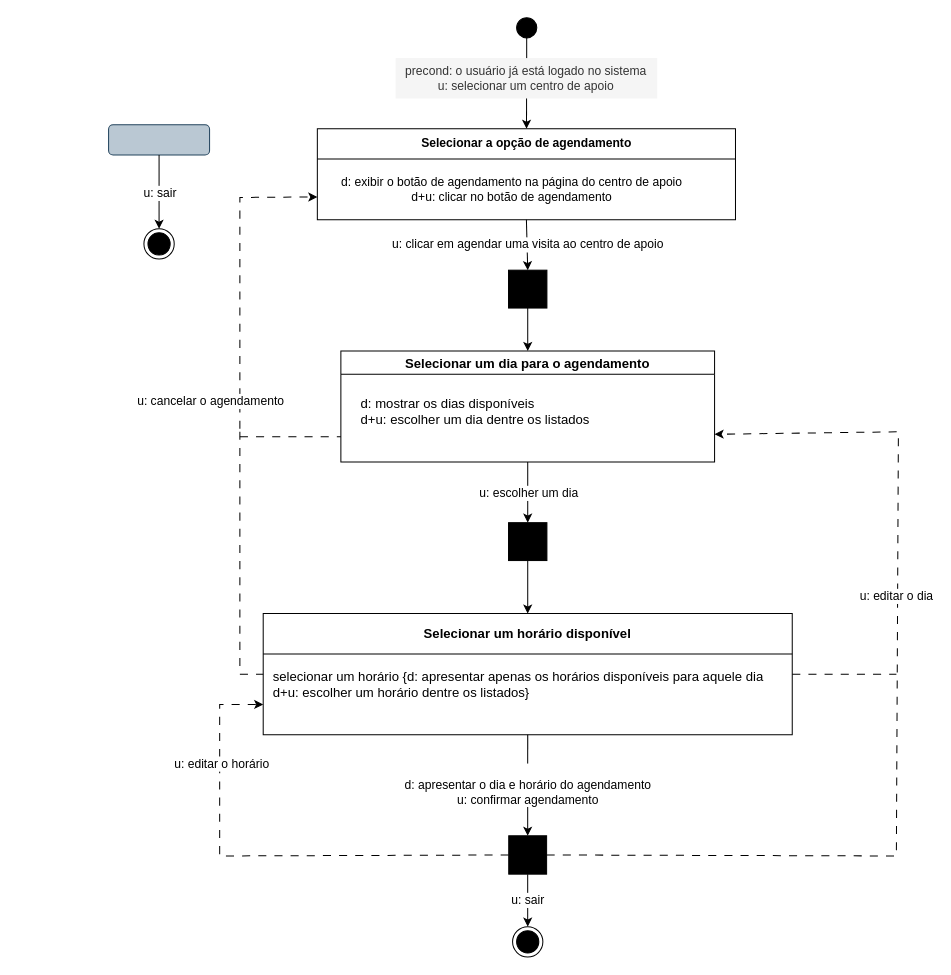
The draw.io diagram tp ihc - modelagem de interação agendamento.drawio in manuelamfo/TP-IHC-2024-2, before the edit. Source tidied: cells renumbered, new cells numbered last; positions are measured from the earlier drawing's top-left corner, leaving out a move shared by most shapes. Both pictures are drawn from the tidied source at 101%, with x=0, y=0 at pixel (108, 17).
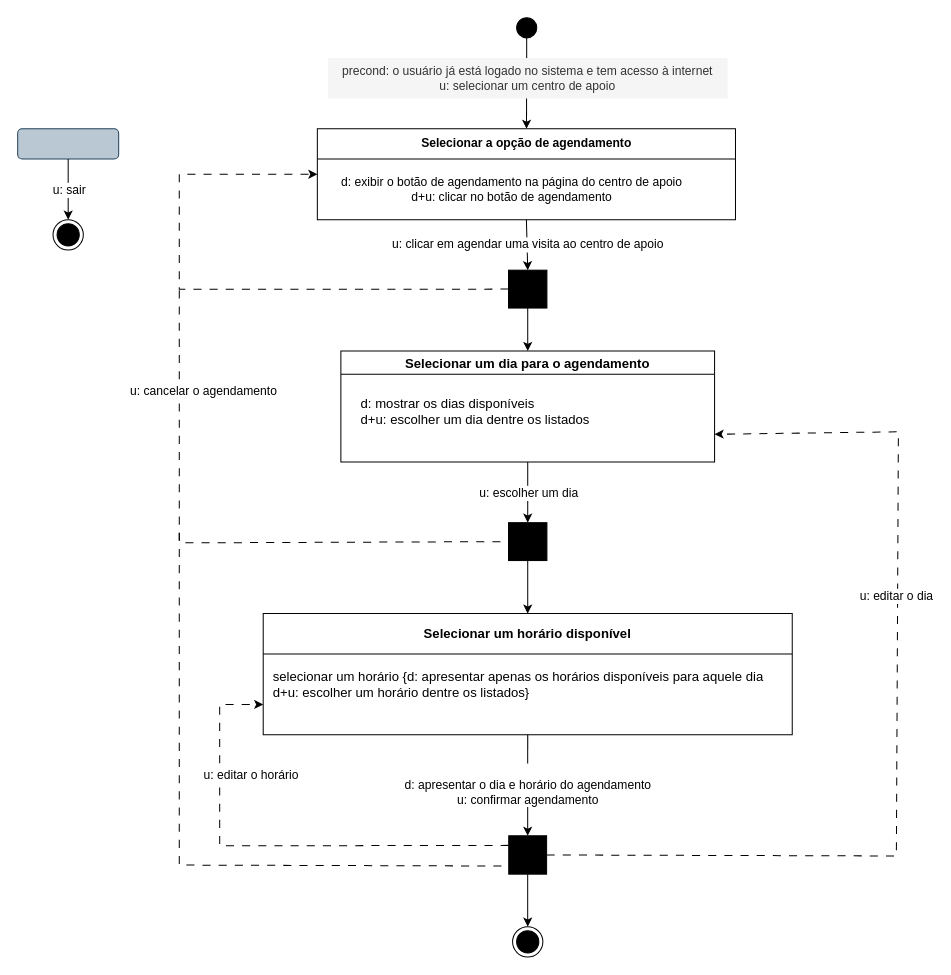
After the change.

Unchanged cells that the change refers to:
```xml
<mxCell id="6" style="whiteSpace=wrap;html=1;fontStyle=1;startSize=23;fillColor=#000000;" parent="1" vertex="1">
  <mxGeometry x="396" y="500" width="38" height="37.5" as="geometry" />
</mxCell>
<mxCell id="7" value="&lt;font style=&quot;font-size: 13px;&quot;&gt;Selecionar um horário disponível&lt;/font&gt;" style="swimlane;whiteSpace=wrap;html=1;startSize=40;" parent="1" vertex="1">
  <mxGeometry x="153.1" y="590" width="523.8" height="120" as="geometry" />
</mxCell>
<mxCell id="11" style="whiteSpace=wrap;html=1;fontStyle=1;startSize=23;fillColor=#000000;direction=south;" parent="1" vertex="1">
  <mxGeometry x="396.2" y="810" width="37.5" height="38" as="geometry" />
</mxCell>
<mxCell id="20" style="endArrow=classic;html=1;rounded=0;exitX=1;exitY=0.5;exitDx=0;exitDy=0;entryX=0.5;entryY=0;entryDx=0;entryDy=0;" parent="1" edge="1" source="11" target="19">
  <mxGeometry relative="1" as="geometry" />
</mxCell>
<mxCell id="27" value="Selecionar a opção de agendamento" style="swimlane;whiteSpace=wrap;html=1;startSize=30;" parent="1" vertex="1">
  <mxGeometry x="206.7" y="110" width="414" height="90" as="geometry" />
</mxCell>
<mxCell id="32" style="whiteSpace=wrap;html=1;fontStyle=1;startSize=23;fillColor=#000000;" parent="1" vertex="1">
  <mxGeometry x="396" y="250" width="38" height="37.5" as="geometry" />
</mxCell>
```

What changed in the source:
```diff
@@
-    <mxCell id="9" style="endArrow=classic;html=1;rounded=0;dashed=1;dashPattern=8 8;exitX=0.5;exitY=1;exitDx=0;exitDy=0;entryX=0;entryY=0.75;entryDx=0;entryDy=0;" parent="1" edge="1" source="11" target="7">
+    <mxCell id="9" style="endArrow=classic;html=1;rounded=0;dashed=1;dashPattern=8 8;exitX=0.25;exitY=1;exitDx=0;exitDy=0;entryX=0;entryY=0.75;entryDx=0;entryDy=0;" parent="1" edge="1" source="11" target="7">
       <mxGeometry relative="1" as="geometry">
         <Array as="points">
-          <mxPoint x="110" y="830" />
+          <mxPoint x="110" y="820" />
           <mxPoint x="110" y="680" />
         </Array>
       </mxGeometry>
     </mxCell>
     <mxCell id="10" value="u: editar o horário" style="edgeLabel;html=1;align=center;verticalAlign=middle;fontSize=12;" parent="9" vertex="1">
       <mxGeometry relative="1" as="geometry">
-        <mxPoint x="-45" y="-91" as="offset" />
+        <mxPoint x="-21" y="-70" as="offset" />
       </mxGeometry>
     </mxCell>
@@
-    <mxCell id="18" style="endArrow=none;html=1;rounded=0;dashed=1;dashPattern=8 8;exitX=1;exitY=0.5;exitDx=0;exitDy=0;" parent="1" edge="1" source="7">
-      <mxGeometry relative="1" as="geometry">
-        <mxPoint x="780" y="650" as="targetPoint" />
-      </mxGeometry>
-    </mxCell>
@@
-    <mxCell id="21" value="u: sair" style="edgeLabel;html=1;align=center;verticalAlign=middle;fontSize=12;" parent="20" vertex="1">
-      <mxGeometry relative="1" as="geometry" />
-    </mxCell>
     <mxCell id="22" style="rounded=1;whiteSpace=wrap;html=1;fillColor=#bac8d3;strokeColor=#23445d;" parent="1" vertex="1">
-      <mxGeometry y="106" width="100" height="30" as="geometry" />
+      <mxGeometry x="-90" y="110" width="100" height="30" as="geometry" />
     </mxCell>
@@
     <mxCell id="25" style="ellipse;html=1;shape=endState;fillColor=#000000;strokeColor=#000000;" parent="1" vertex="1">
-      <mxGeometry x="35" y="209" width="30" height="30" as="geometry" />
+      <mxGeometry x="-55" y="200" width="30" height="30" as="geometry" />
     </mxCell>
@@
-    <mxCell id="29" value="&lt;div style=&quot;&quot;&gt;precond: o usuário já está logado no sistema&lt;/div&gt;&lt;div style=&quot;&quot;&gt;&lt;span style=&quot;background-color: initial;&quot;&gt;u: selecionar um centro de apoio&lt;/span&gt;&lt;/div&gt;" style="text;html=1;align=center;verticalAlign=middle;whiteSpace=wrap;rounded=0;fillColor=#f5f5f5;fontColor=#333333;strokeColor=none;" parent="1" vertex="1">
-      <mxGeometry x="284.2" y="40" width="259" height="40" as="geometry" />
+    <mxCell id="29" value="&lt;div style=&quot;&quot;&gt;precond: o usuário já está logado no sistema e tem acesso à internet&lt;/div&gt;&lt;div style=&quot;&quot;&gt;&lt;span style=&quot;background-color: initial;&quot;&gt;u: selecionar um centro de apoio&lt;/span&gt;&lt;/div&gt;" style="text;html=1;align=center;verticalAlign=middle;whiteSpace=wrap;rounded=0;fillColor=#f5f5f5;fontColor=#333333;strokeColor=none;" parent="1" vertex="1">
+      <mxGeometry x="217.1" y="40" width="395.8" height="40" as="geometry" />
     </mxCell>
@@
-    <mxCell id="34" style="endArrow=classic;html=1;rounded=0;dashed=1;dashPattern=8 8;exitX=1;exitY=0.5;exitDx=0;exitDy=0;entryX=0;entryY=0.75;entryDx=0;entryDy=0;" parent="1" edge="1" target="27">
-      <mxGeometry relative="1" as="geometry">
-        <mxPoint x="130" y="415" as="sourcePoint" />
-        <Array as="points">
-          <mxPoint x="230" y="415" />
-          <mxPoint x="130" y="415" />
-          <mxPoint x="130" y="300" />
-          <mxPoint x="130" y="178" />
-        </Array>
-      </mxGeometry>
-    </mxCell>
+    <mxCell id="36" style="endArrow=none;html=1;rounded=0;dashed=1;dashPattern=8 8;entryX=0;entryY=0.5;entryDx=0;entryDy=0;" parent="1" edge="1" target="6">
+      <mxGeometry relative="1" as="geometry">
+        <mxPoint x="70" y="270" as="sourcePoint" />
+        <Array as="points">
+          <mxPoint x="70" y="460" />
+          <mxPoint x="70" y="520" />
+        </Array>
+      </mxGeometry>
+    </mxCell>
+    <mxCell id="37" style="endArrow=classic;html=1;rounded=0;entryX=0;entryY=0.5;entryDx=0;entryDy=0;exitX=0;exitY=0.5;exitDx=0;exitDy=0;dashed=1;dashPattern=8 8;" parent="1" edge="1" source="32" target="27">
+      <mxGeometry relative="1" as="geometry">
+        <Array as="points">
+          <mxPoint x="70" y="269" />
+          <mxPoint x="70" y="155" />
+        </Array>
+      </mxGeometry>
+    </mxCell>
-    <mxCell id="35" value="u: cancelar o agendamento" style="edgeLabel;html=1;align=center;verticalAlign=middle;fontSize=12;" parent="34" vertex="1">
+    <mxCell id="35" value="&lt;span style=&quot;font-size: 12px;&quot;&gt;u: cancelar o agendamento&lt;/span&gt;" style="edgeLabel;html=1;align=center;verticalAlign=middle;" parent="37" vertex="1">
       <mxGeometry relative="1" as="geometry">
-        <mxPoint x="-30" y="21" as="offset" />
+        <mxPoint x="-15" y="101" as="offset" />
       </mxGeometry>
     </mxCell>
-    <mxCell id="36" style="endArrow=none;html=1;rounded=0;dashed=1;dashPattern=8 8;entryX=0;entryY=0.5;entryDx=0;entryDy=0;" parent="1" edge="1" target="7">
-      <mxGeometry relative="1" as="geometry">
-        <mxPoint x="130" y="410" as="sourcePoint" />
-        <Array as="points">
-          <mxPoint x="130" y="450" />
-          <mxPoint x="130" y="650" />
-        </Array>
-      </mxGeometry>
-    </mxCell>
+    <mxCell id="38" style="endArrow=none;html=1;rounded=0;dashed=1;dashPattern=8 8;" parent="1" edge="1">
+      <mxGeometry relative="1" as="geometry">
+        <mxPoint x="70" y="510" as="sourcePoint" />
+        <mxPoint x="410" y="840" as="targetPoint" />
+        <Array as="points">
+          <mxPoint x="70" y="839" />
+        </Array>
+      </mxGeometry>
+    </mxCell>
```
